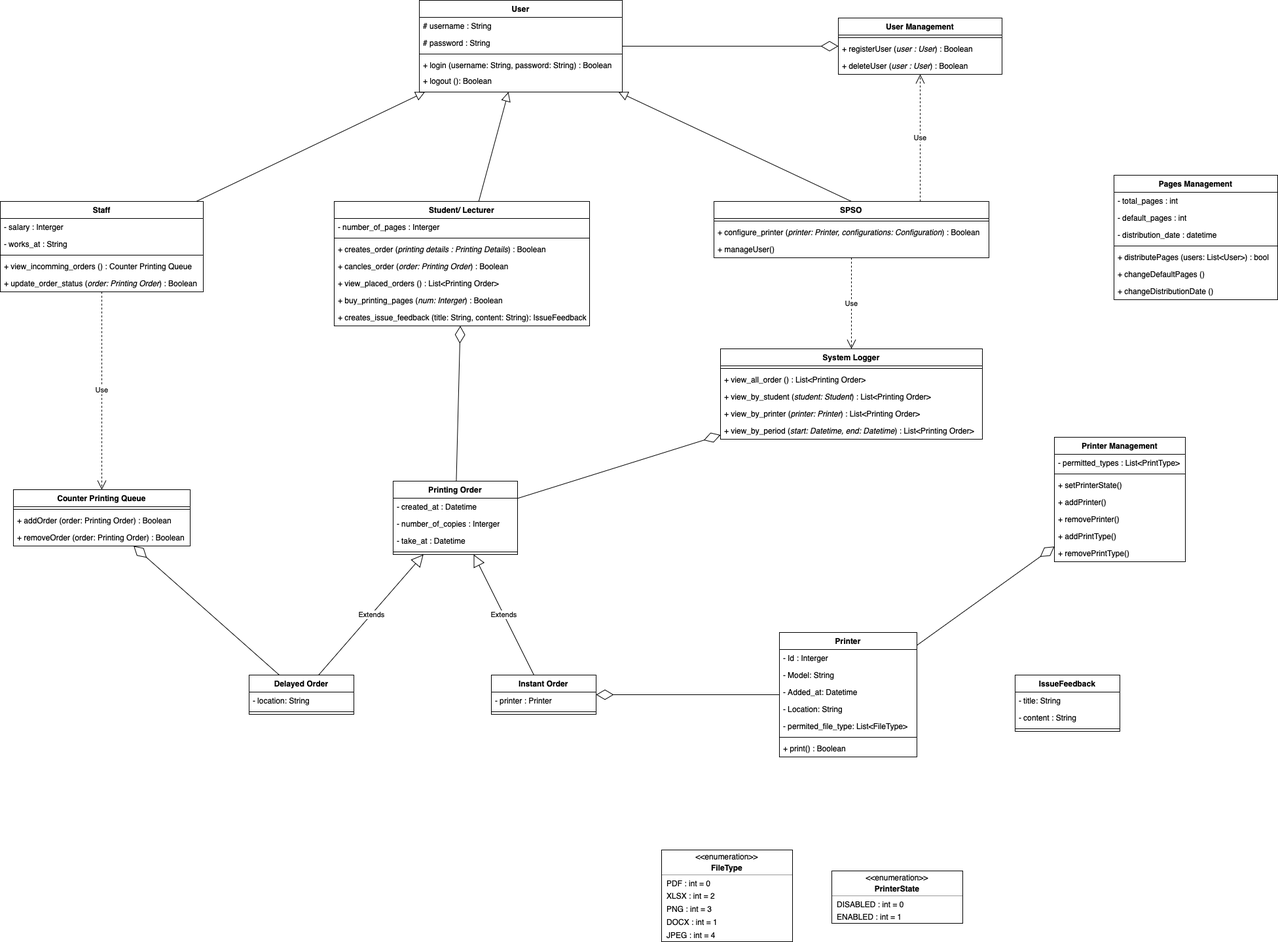
Above: spss-class-diagram.drawio.png in blueonline07/auth-demo (draw.io), before the change. Source tidied: cells renumbered, new cells last; positions are measured from the earlier drawing's top-left corner, leaving out a move shared by most shapes.
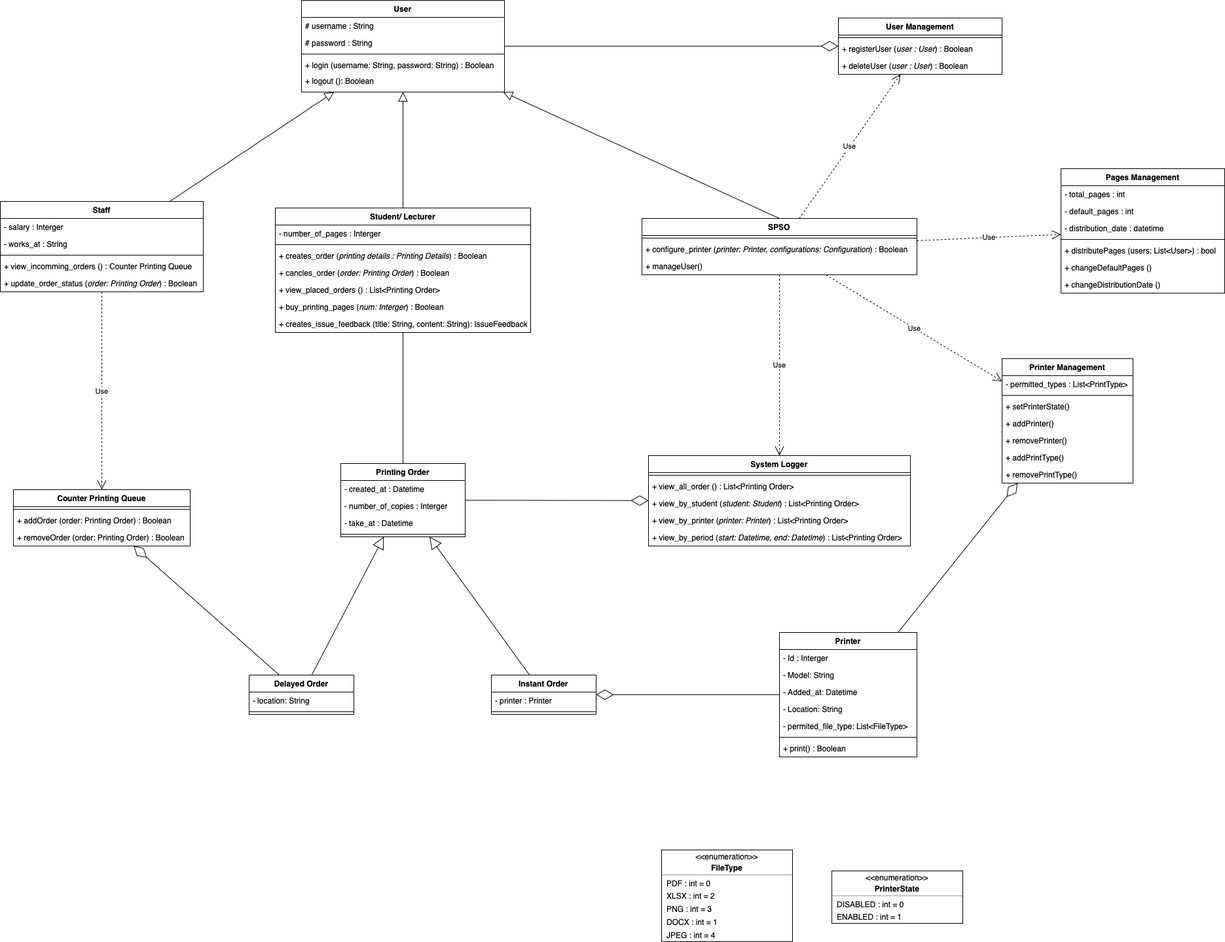
Later version of the same file.

What changed in the source:
```diff
@@ -3,7 +3,7 @@
     <mxCell id="0" />
     <mxCell id="1" parent="0" />
     <mxCell id="2" value="User" style="swimlane;fontStyle=1;align=center;verticalAlign=top;horizontal=1;startSize=26;rounded=0;shadow=0;strokeWidth=1;" parent="1" vertex="1">
-      <mxGeometry x="640" width="310" height="140" as="geometry" />
+      <mxGeometry x="460" width="310" height="140" as="geometry" />
     </mxCell>
     <mxCell id="3" value="# username : String" style="text;align=left;verticalAlign=top;spacingLeft=4;spacingRight=4;overflow=hidden;rounded=0;shadow=0;html=0;" parent="2" vertex="1">
       <mxGeometry y="26" width="310" height="26" as="geometry" />
@@ -21,7 +21,7 @@
       <mxGeometry y="110" width="310" height="20" as="geometry" />
     </mxCell>
     <mxCell id="8" value="Student/ Lecturer" style="swimlane;fontStyle=1;align=center;verticalAlign=top;horizontal=1;startSize=26;rounded=0;shadow=0;strokeWidth=1;" parent="1" vertex="1">
-      <mxGeometry x="510" y="307" width="390" height="190" as="geometry" />
+      <mxGeometry x="420" y="317" width="390" height="190" as="geometry" />
     </mxCell>
     <mxCell id="9" value="- number_of_pages : Interger" style="text;align=left;verticalAlign=top;spacingLeft=4;spacingRight=4;overflow=hidden;" parent="8" vertex="1">
       <mxGeometry y="26" width="390" height="26" as="geometry" />
@@ -63,7 +63,7 @@
       <mxGeometry y="112" width="310" height="26" as="geometry" />
     </mxCell>
     <mxCell id="22" value="SPSO" style="swimlane;fontStyle=1;align=center;verticalAlign=top;horizontal=1;startSize=26;whiteSpace=wrap;html=1;" parent="1" vertex="1">
-      <mxGeometry x="1090" y="307" width="420" height="86" as="geometry" />
+      <mxGeometry x="980" y="333" width="420" height="86" as="geometry" />
     </mxCell>
     <mxCell id="23" style="line;strokeWidth=1;fillColor=none;align=left;verticalAlign=middle;spacingTop=-1;spacingLeft=3;spacingRight=3;labelPosition=right;strokeColor=inherit;" parent="22" vertex="1">
       <mxGeometry y="26" width="420" height="8" as="geometry" />
@@ -99,7 +99,7 @@
       <mxGeometry y="164" width="210" height="26" as="geometry" />
     </mxCell>
     <mxCell id="34" value="Printing Order" style="swimlane;fontStyle=1;align=center;verticalAlign=top;horizontal=1;startSize=26;whiteSpace=wrap;html=1;" parent="1" vertex="1">
-      <mxGeometry x="600" y="734" width="190" height="112" as="geometry" />
+      <mxGeometry x="520" y="707" width="190" height="112" as="geometry" />
     </mxCell>
     <mxCell id="35" value="- created_at : Datetime" style="text;strokeColor=none;fillColor=none;align=left;verticalAlign=top;spacingLeft=4;spacingRight=4;overflow=hidden;whiteSpace=wrap;html=1;" parent="34" vertex="1">
       <mxGeometry y="26" width="190" height="26" as="geometry" />
@@ -125,18 +125,6 @@
     <mxCell id="42" value="+ deleteUser (&lt;i&gt;user : User&lt;/i&gt;) : Boolean" style="text;strokeColor=none;fillColor=none;align=left;verticalAlign=top;spacingLeft=4;spacingRight=4;overflow=hidden;whiteSpace=wrap;html=1;" parent="39" vertex="1">
       <mxGeometry y="60" width="250" height="26" as="geometry" />
     </mxCell>
-    <mxCell id="43" value="IssueFeedback" style="swimlane;fontStyle=1;align=center;verticalAlign=top;horizontal=1;startSize=26;whiteSpace=wrap;html=1;" parent="1" vertex="1">
-      <mxGeometry x="1550" y="1030" width="160" height="86" as="geometry" />
-    </mxCell>
-    <mxCell id="44" value="- title: String" style="text;strokeColor=none;fillColor=none;align=left;verticalAlign=top;spacingLeft=4;spacingRight=4;overflow=hidden;whiteSpace=wrap;html=1;" parent="43" vertex="1">
-      <mxGeometry y="26" width="160" height="26" as="geometry" />
-    </mxCell>
-    <mxCell id="45" value="- content : String" style="text;strokeColor=none;fillColor=none;align=left;verticalAlign=top;spacingLeft=4;spacingRight=4;overflow=hidden;whiteSpace=wrap;html=1;" parent="43" vertex="1">
-      <mxGeometry y="52" width="160" height="26" as="geometry" />
-    </mxCell>
-    <mxCell id="46" style="line;strokeWidth=1;fillColor=none;align=left;verticalAlign=middle;spacingTop=-1;spacingLeft=3;spacingRight=3;labelPosition=right;strokeColor=inherit;" parent="43" vertex="1">
-      <mxGeometry y="78" width="160" height="8" as="geometry" />
-    </mxCell>
     <mxCell id="47" value="Counter Printing Queue" style="swimlane;fontStyle=1;align=center;verticalAlign=top;horizontal=1;startSize=26;whiteSpace=wrap;html=1;" parent="1" vertex="1">
       <mxGeometry x="20" y="747" width="270" height="86" as="geometry" />
     </mxCell>
@@ -150,7 +138,7 @@
       <mxGeometry y="60" width="270" height="26" as="geometry" />
     </mxCell>
     <mxCell id="51" value="System Logger" style="swimlane;fontStyle=1;align=center;verticalAlign=top;horizontal=1;startSize=26;whiteSpace=wrap;html=1;" parent="1" vertex="1">
-      <mxGeometry x="1100" y="532" width="400" height="138" as="geometry" />
+      <mxGeometry x="990" y="695" width="400" height="138" as="geometry" />
     </mxCell>
     <mxCell id="52" style="line;strokeWidth=1;fillColor=none;align=left;verticalAlign=middle;spacingTop=-1;spacingLeft=3;spacingRight=3;labelPosition=right;strokeColor=inherit;" parent="51" vertex="1">
       <mxGeometry y="26" width="400" height="8" as="geometry" />
@@ -200,7 +188,7 @@
     <mxCell id="67" value="Use" style="endArrow=open;endSize=12;dashed=1;html=1;rounded=0;" parent="1" edge="1" source="22" target="51">
       <mxGeometry relative="1" as="geometry" />
     </mxCell>
-    <mxCell id="68" value="Use" style="endArrow=open;endSize=12;dashed=1;html=1;rounded=0;exitX=0.75;exitY=0;exitDx=0;exitDy=0;" parent="1" edge="1" source="22" target="39">
+    <mxCell id="68" value="Use" style="endArrow=open;endSize=12;dashed=1;html=1;rounded=0;" parent="1" edge="1" source="22" target="39">
       <mxGeometry relative="1" as="geometry" />
     </mxCell>
     <mxCell id="69" style="endArrow=diamondThin;endFill=0;endSize=24;html=1;rounded=0;" parent="1" edge="1" source="2" target="39">
@@ -222,7 +210,7 @@
       <mxGeometry relative="1" as="geometry" />
     </mxCell>
     <mxCell id="75" value="Printer Management" style="swimlane;fontStyle=1;align=center;verticalAlign=top;horizontal=1;startSize=26;whiteSpace=wrap;html=1;" parent="1" vertex="1">
-      <mxGeometry x="1610" y="667" width="200" height="190" as="geometry" />
+      <mxGeometry x="1530" y="547" width="200" height="190" as="geometry" />
     </mxCell>
     <mxCell id="76" value="- permitted_types : List&amp;lt;PrintType&amp;gt;" style="text;strokeColor=none;fillColor=none;align=left;verticalAlign=top;spacingLeft=4;spacingRight=4;overflow=hidden;whiteSpace=wrap;html=1;" parent="75" vertex="1">
       <mxGeometry y="26" width="200" height="26" as="geometry" />
@@ -246,7 +234,7 @@
       <mxGeometry y="164" width="200" height="26" as="geometry" />
     </mxCell>
     <mxCell id="83" value="Pages Management" style="swimlane;fontStyle=1;align=center;verticalAlign=top;horizontal=1;startSize=26;whiteSpace=wrap;html=1;" parent="1" vertex="1">
-      <mxGeometry x="1701" y="267" width="250" height="190" as="geometry" />
+      <mxGeometry x="1620" y="257" width="250" height="190" as="geometry" />
     </mxCell>
     <mxCell id="84" value="&lt;div&gt;- total_pages : int&lt;/div&gt;" style="text;strokeColor=none;fillColor=none;align=left;verticalAlign=top;spacingLeft=4;spacingRight=4;overflow=hidden;whiteSpace=wrap;html=1;" parent="83" vertex="1">
       <mxGeometry y="26" width="250" height="26" as="geometry" />
@@ -311,14 +299,20 @@
     <mxCell id="104" style="line;strokeWidth=1;fillColor=none;align=left;verticalAlign=middle;spacingTop=-1;spacingLeft=3;spacingRight=3;labelPosition=right;strokeColor=inherit;" parent="102" vertex="1">
       <mxGeometry y="52" width="160" height="8" as="geometry" />
     </mxCell>
-    <mxCell id="105" value="Extends" style="endArrow=block;endSize=16;endFill=0;html=1;rounded=0;" parent="1" edge="1" source="99" target="34">
+    <mxCell id="105" style="endArrow=block;endSize=16;endFill=0;html=1;rounded=0;" parent="1" edge="1" source="99" target="34">
       <mxGeometry relative="1" as="geometry" />
     </mxCell>
-    <mxCell id="106" value="Extends" style="endArrow=block;endSize=16;endFill=0;html=1;rounded=0;" parent="1" edge="1" source="102" target="34">
+    <mxCell id="106" style="endArrow=block;endSize=16;endFill=0;html=1;rounded=0;" parent="1" edge="1" source="102" target="34">
       <mxGeometry relative="1" as="geometry" />
     </mxCell>
-    <mxCell id="107" style="endArrow=diamondThin;endFill=0;endSize=24;html=1;rounded=0;" parent="1" edge="1" source="34" target="8">
-      <mxGeometry relative="1" as="geometry" />
-    </mxCell>
+    <mxCell id="108" style="endArrow=none;html=1;rounded=0;" parent="1" edge="1" source="8" target="34">
+      <mxGeometry relative="1" as="geometry" />
+    </mxCell>
+    <mxCell id="109" value="Use" style="endArrow=open;endSize=12;dashed=1;html=1;rounded=0;" parent="1" edge="1" source="22" target="83">
+      <mxGeometry relative="1" as="geometry" />
+    </mxCell>
+    <mxCell id="110" value="Use" style="endArrow=open;endSize=12;dashed=1;html=1;rounded=0;" parent="1" edge="1" source="22" target="75">
+      <mxGeometry relative="1" as="geometry" />
+    </mxCell>
   </root>
 </mxGraphModel>
```
